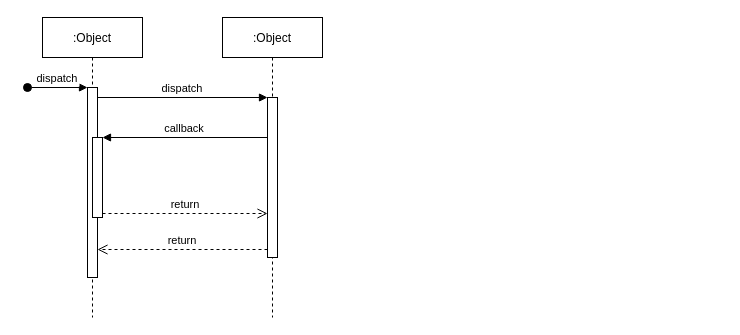
Earlier version of the draw.io diagram draw-io/Article Publication and view.drawio (drdkjtop/arkitektur). Source tidied: cells renumbered, new cells numbered last; positions are measured from the earlier drawing's top-left corner, leaving out a move shared by most shapes. Both pictures are drawn from the tidied source at 100%, with x=0, y=0 at pixel (27, 17).
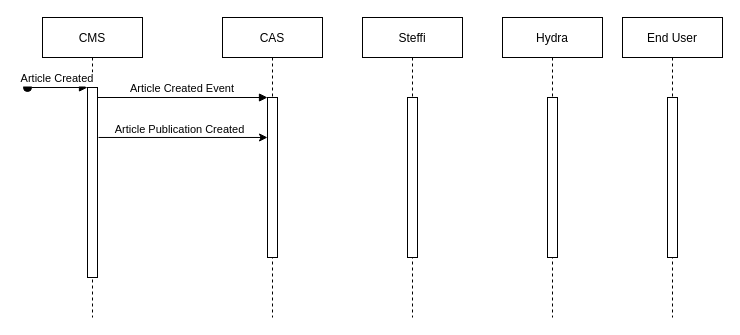
Above is the later version.

Diff of the diagram source:
```diff
@@
 <mxGraphModel>
   <root>
     <mxCell id="0" />
     <mxCell id="1" parent="0" />
-    <mxCell id="2" value=":Object" style="shape=umlLifeline;perimeter=lifelinePerimeter;rounded=0;shadow=0;strokeWidth=1;" parent="1" vertex="1">
+    <mxCell id="2" value="CMS" style="shape=umlLifeline;perimeter=lifelinePerimeter;rounded=0;shadow=0;strokeWidth=1;" parent="1" vertex="1">
       <mxGeometry x="15" width="100" height="300" as="geometry" />
     </mxCell>
     <mxCell id="3" style="points=[];perimeter=orthogonalPerimeter;rounded=0;shadow=0;strokeWidth=1;" parent="2" vertex="1">
       <mxGeometry x="45" y="70" width="10" height="190" as="geometry" />
     </mxCell>
-    <mxCell id="4" value="dispatch" style="verticalAlign=bottom;startArrow=oval;endArrow=block;startSize=8;shadow=0;strokeWidth=1;" parent="2" edge="1" target="3">
+    <mxCell id="4" value="Article Created" style="verticalAlign=bottom;startArrow=oval;endArrow=block;startSize=8;shadow=0;strokeWidth=1;" parent="2" edge="1" target="3">
       <mxGeometry relative="1" as="geometry">
         <mxPoint x="-15" y="70" as="sourcePoint" />
       </mxGeometry>
     </mxCell>
-    <mxCell id="5" style="points=[];perimeter=orthogonalPerimeter;rounded=0;shadow=0;strokeWidth=1;" parent="2" vertex="1">
-      <mxGeometry x="50" y="120" width="10" height="80" as="geometry" />
-    </mxCell>
-    <mxCell id="6" value=":Object" style="shape=umlLifeline;perimeter=lifelinePerimeter;rounded=0;shadow=0;strokeWidth=1;" parent="1" vertex="1">
+    <mxCell id="6" value="CAS" style="shape=umlLifeline;perimeter=lifelinePerimeter;rounded=0;shadow=0;strokeWidth=1;" parent="1" vertex="1">
       <mxGeometry x="195" width="100" height="300" as="geometry" />
     </mxCell>
     <mxCell id="7" style="points=[];perimeter=orthogonalPerimeter;rounded=0;shadow=0;strokeWidth=1;" parent="6" vertex="1">
       <mxGeometry x="45" y="80" width="10" height="160" as="geometry" />
     </mxCell>
-    <mxCell id="8" value="return" style="verticalAlign=bottom;endArrow=open;dashed=1;endSize=8;exitX=0;exitY=0.95;shadow=0;strokeWidth=1;" parent="1" edge="1" source="7" target="3">
-      <mxGeometry relative="1" as="geometry" />
-    </mxCell>
-    <mxCell id="9" value="dispatch" style="verticalAlign=bottom;endArrow=block;entryX=0;entryY=0;shadow=0;strokeWidth=1;" parent="1" edge="1" source="3" target="7">
+    <mxCell id="9" value="Article Created Event" style="verticalAlign=bottom;endArrow=block;entryX=0;entryY=0;shadow=0;strokeWidth=1;" parent="1" edge="1" source="3" target="7">
       <mxGeometry relative="1" as="geometry" />
     </mxCell>
-    <mxCell id="10" value="callback" style="verticalAlign=bottom;endArrow=block;entryX=1;entryY=0;shadow=0;strokeWidth=1;" parent="1" edge="1" source="7" target="5">
-      <mxGeometry relative="1" as="geometry" />
-    </mxCell>
-    <mxCell id="11" value="return" style="verticalAlign=bottom;endArrow=open;dashed=1;endSize=8;exitX=1;exitY=0.95;shadow=0;strokeWidth=1;" parent="1" edge="1" source="5" target="7">
-      <mxGeometry relative="1" as="geometry" />
-    </mxCell>
+    <mxCell id="12" value="Steffi" style="shape=umlLifeline;perimeter=lifelinePerimeter;rounded=0;shadow=0;strokeWidth=1;" parent="1" vertex="1">
+      <mxGeometry x="335" width="100" height="300" as="geometry" />
+    </mxCell>
+    <mxCell id="13" style="perimeter=orthogonalPerimeter;rounded=0;shadow=0;strokeWidth=1;" parent="12" vertex="1">
+      <mxGeometry x="45" y="80" width="10" height="160" as="geometry" />
+    </mxCell>
+    <mxCell id="14" value="Hydra" style="shape=umlLifeline;perimeter=lifelinePerimeter;rounded=0;shadow=0;strokeWidth=1;" parent="1" vertex="1">
+      <mxGeometry x="475" width="100" height="300" as="geometry" />
+    </mxCell>
+    <mxCell id="15" style="perimeter=orthogonalPerimeter;rounded=0;shadow=0;strokeWidth=1;" parent="14" vertex="1">
+      <mxGeometry x="45" y="80" width="10" height="160" as="geometry" />
+    </mxCell>
+    <mxCell id="16" value="End User" style="shape=umlLifeline;perimeter=lifelinePerimeter;rounded=0;shadow=0;strokeWidth=1;" parent="1" vertex="1">
+      <mxGeometry x="595" width="100" height="300" as="geometry" />
+    </mxCell>
+    <mxCell id="17" style="perimeter=orthogonalPerimeter;rounded=0;shadow=0;strokeWidth=1;" parent="16" vertex="1">
+      <mxGeometry x="45" y="80" width="10" height="160" as="geometry" />
+    </mxCell>
+    <mxCell id="18" style="endArrow=classic;html=1;rounded=0;exitX=1.1;exitY=0.263;exitDx=0;exitDy=0;exitPerimeter=0;" parent="1" edge="1" source="3" target="7">
+      <mxGeometry relative="1" as="geometry" />
+    </mxCell>
+    <mxCell id="19" value="Article Publication Created" style="edgeLabel;html=1;align=center;verticalAlign=middle;" parent="18" vertex="1">
+      <mxGeometry x="-0.28" relative="1" as="geometry">
+        <mxPoint x="19" y="-8" as="offset" />
+      </mxGeometry>
+    </mxCell>
   </root>
 </mxGraphModel>
```
